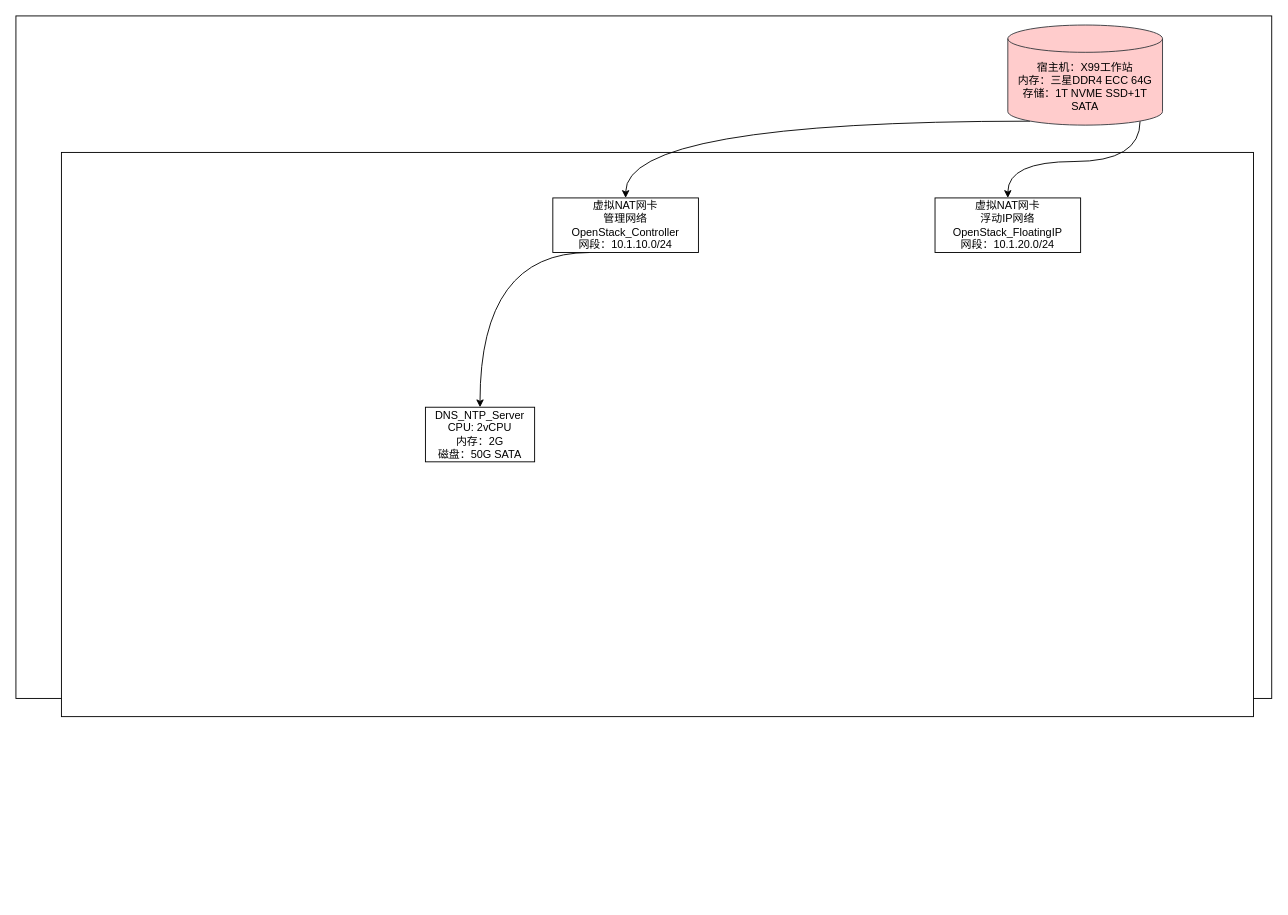
lrAltas/DrwaIO keeps this draw.io diagram as 测试环境部署模型.drawio. Above is the earlier version. Source tidied: cells renumbered, new cells numbered last; positions are measured from the earlier drawing's top-left corner, leaving out a move shared by most shapes. Both pictures are drawn from the tidied source at 91%, with x=0, y=0 at pixel (15, 15).
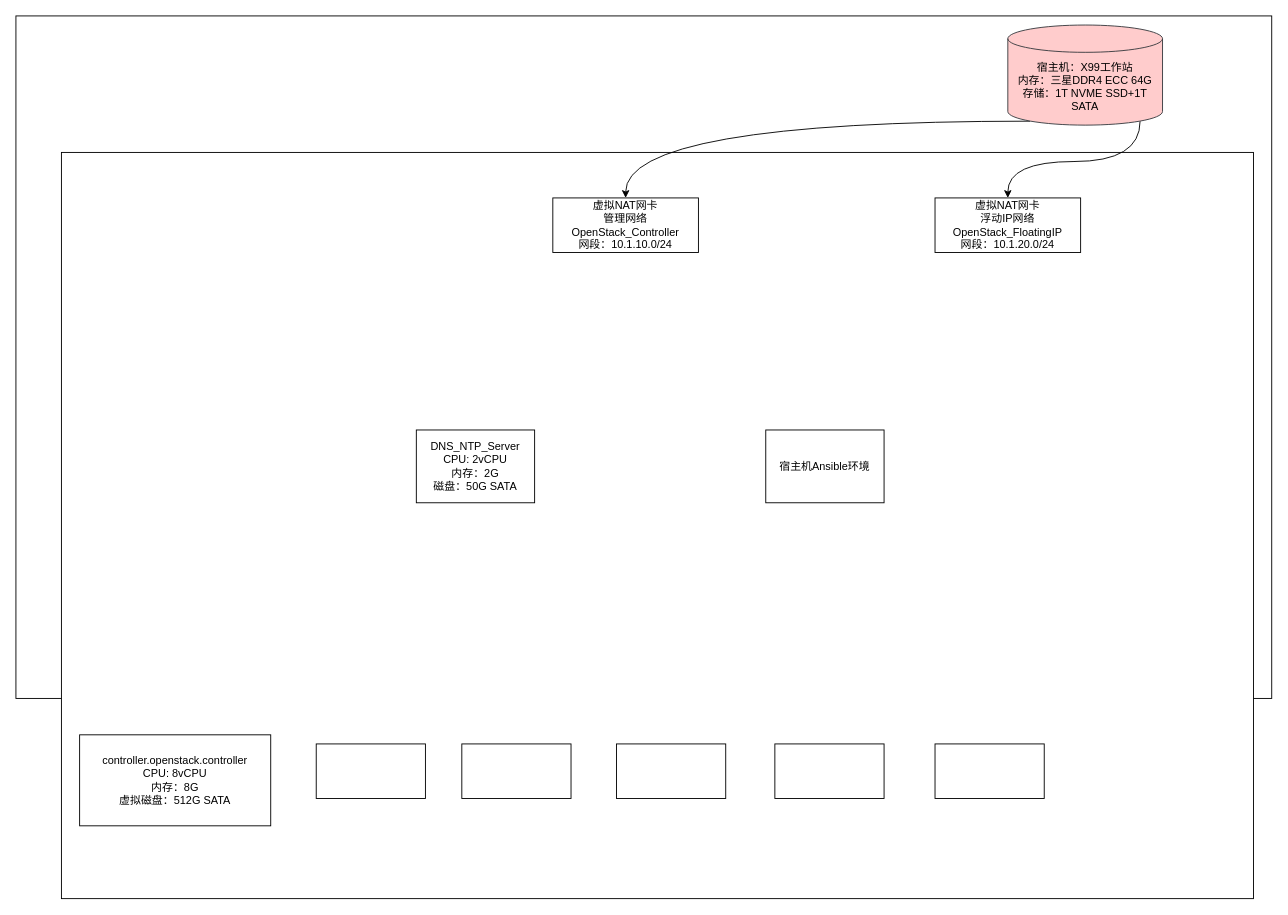
The same page after the edit.

Commit message (it also covers changes not shown here):
更新测试环境部署模型.drawio

The edit, as a diff of the source:
```diff
@@
 <mxGraphModel>
   <root>
     <mxCell id="0" />
     <mxCell id="1" parent="0" />
     <mxCell id="2" style="rounded=0;whiteSpace=wrap;html=1;" parent="1" vertex="1">
       <mxGeometry width="1380" height="750" as="geometry" />
     </mxCell>
     <mxCell id="3" style="rounded=0;whiteSpace=wrap;html=1;" parent="1" vertex="1">
-      <mxGeometry x="50" y="150" width="1310" height="620" as="geometry" />
+      <mxGeometry x="50" y="150" width="1310" height="820" as="geometry" />
     </mxCell>
     <mxCell id="4" style="edgeStyle=orthogonalEdgeStyle;rounded=0;jettySize=auto;html=1;exitX=0.145;exitY=1;exitDx=0;exitDy=-4.35;exitPerimeter=0;curved=1;" parent="1" edge="1" source="6" target="8">
       <mxGeometry relative="1" as="geometry" />
     </mxCell>
     <mxCell id="5" style="edgeStyle=orthogonalEdgeStyle;rounded=0;jettySize=auto;html=1;exitX=0.855;exitY=1;exitDx=0;exitDy=-4.35;exitPerimeter=0;entryX=0.5;entryY=0;entryDx=0;entryDy=0;curved=1;" parent="1" edge="1" source="6" target="9">
       <mxGeometry relative="1" as="geometry" />
     </mxCell>
     <mxCell id="6" value="&lt;div&gt;宿主机：X99工作站&lt;/div&gt;&lt;div&gt;内存：三星DDR4 ECC 64G&lt;/div&gt;&lt;div&gt;存储：1T NVME SSD+1T SATA&lt;/div&gt;" style="shape=cylinder3;whiteSpace=wrap;html=1;boundedLbl=1;backgroundOutline=1;size=15;fillColor=#ffcccc;strokeColor=#36393d;" parent="1" vertex="1">
       <mxGeometry x="1090" y="10" width="170" height="110" as="geometry" />
     </mxCell>
-    <mxCell id="7" style="edgeStyle=orthogonalEdgeStyle;rounded=0;jettySize=auto;html=1;curved=1;exitX=0.25;exitY=1;exitDx=0;exitDy=0;" parent="1" edge="1" source="8" target="10">
-      <mxGeometry relative="1" as="geometry">
-        <Array as="points">
-          <mxPoint x="510" y="260" />
-        </Array>
-      </mxGeometry>
-    </mxCell>
     <mxCell id="8" value="&lt;div&gt;虚拟NAT网卡&lt;/div&gt;&lt;div&gt;管理网络OpenStack_Controller&lt;/div&gt;&lt;div&gt;网段：10.1.10.0/24&lt;/div&gt;" style="rounded=0;whiteSpace=wrap;html=1;" parent="1" vertex="1">
       <mxGeometry x="590" y="200" width="160" height="60" as="geometry" />
     </mxCell>
     <mxCell id="9" value="&lt;div&gt;虚拟NAT网卡&lt;/div&gt;&lt;div&gt;浮动IP网络&lt;/div&gt;&lt;div&gt;OpenStack_FloatingIP&lt;/div&gt;&lt;div&gt;网段：10.1.20.0/24&lt;/div&gt;" style="rounded=0;whiteSpace=wrap;html=1;" parent="1" vertex="1">
       <mxGeometry x="1010" y="200" width="160" height="60" as="geometry" />
     </mxCell>
     <mxCell id="10" value="&lt;div&gt;DNS_NTP_Server&lt;/div&gt;&lt;div&gt;CPU: 2vCPU&lt;/div&gt;&lt;div&gt;内存：2G&lt;/div&gt;&lt;div&gt;磁盘：50G SATA&lt;/div&gt;" style="whiteSpace=wrap;html=1;rounded=0;" parent="1" vertex="1">
-      <mxGeometry x="450" y="430" width="120" height="60" as="geometry" />
+      <mxGeometry x="440" y="455" width="130" height="80" as="geometry" />
     </mxCell>
+    <mxCell id="11" value="&lt;div&gt;controller.openstack.controller&lt;/div&gt;&lt;div&gt;CPU: 8vCPU&lt;/div&gt;&lt;div&gt;内存：8G&lt;/div&gt;&lt;div&gt;虚拟磁盘：512G SATA&lt;/div&gt;" style="rounded=0;whiteSpace=wrap;html=1;" parent="1" vertex="1">
+      <mxGeometry x="70" y="790" width="210" height="100" as="geometry" />
+    </mxCell>
+    <mxCell id="12" style="rounded=0;whiteSpace=wrap;html=1;" parent="1" vertex="1">
+      <mxGeometry x="330" y="800" width="120" height="60" as="geometry" />
+    </mxCell>
+    <mxCell id="13" style="rounded=0;whiteSpace=wrap;html=1;" parent="1" vertex="1">
+      <mxGeometry x="490" y="800" width="120" height="60" as="geometry" />
+    </mxCell>
+    <mxCell id="14" style="rounded=0;whiteSpace=wrap;html=1;" parent="1" vertex="1">
+      <mxGeometry x="660" y="800" width="120" height="60" as="geometry" />
+    </mxCell>
+    <mxCell id="15" style="rounded=0;whiteSpace=wrap;html=1;" parent="1" vertex="1">
+      <mxGeometry x="834" y="800" width="120" height="60" as="geometry" />
+    </mxCell>
+    <mxCell id="16" style="rounded=0;whiteSpace=wrap;html=1;" parent="1" vertex="1">
+      <mxGeometry x="1010" y="800" width="120" height="60" as="geometry" />
+    </mxCell>
+    <mxCell id="17" value="宿主机Ansible环境" style="whiteSpace=wrap;html=1;rounded=0;" parent="1" vertex="1">
+      <mxGeometry x="824" y="455" width="130" height="80" as="geometry" />
+    </mxCell>
   </root>
 </mxGraphModel>
```
